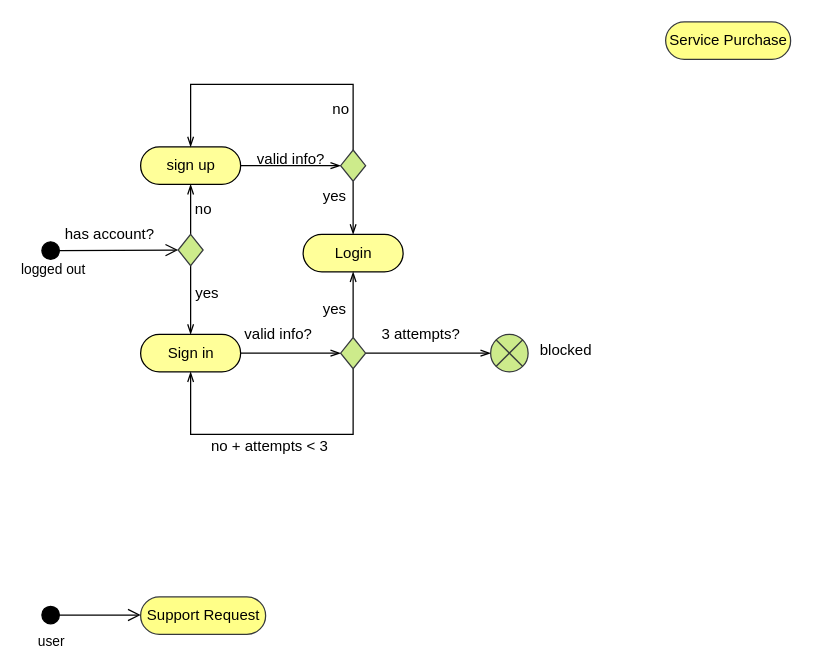
Itaybarbar/myProject keeps this draw.io diagram as page "Page-1" (1 of 2) of test Diagram.drawio. Above is the earlier version. Source tidied: cells renumbered, new cells numbered last; positions are measured from the earlier drawing's top-left corner, leaving out a move shared by most shapes. Both pictures are drawn from the tidied source at 125%, with x=0, y=0 at pixel (40, 21).
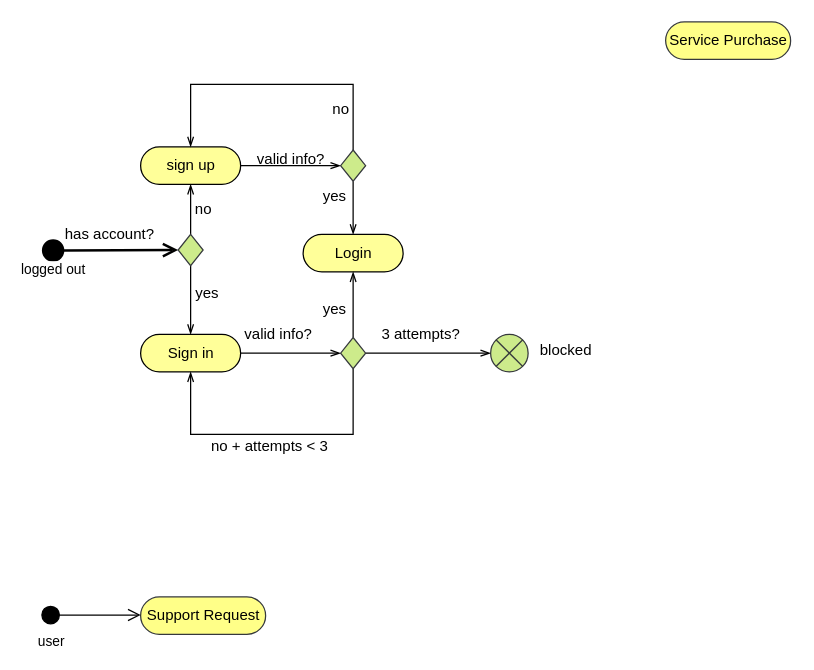
Above is the later version.

Unchanged cells that the change refers to:
```xml
<mxCell id="12" style="strokeWidth=1;html=1;shape=mxgraph.flowchart.decision;whiteSpace=wrap;fillColor=#cdeb8b;strokeColor=#36393d;" parent="1" vertex="1">
  <mxGeometry x="110" y="170" width="20" height="25" as="geometry" />
</mxCell>
```

Change to the diagram source:
```diff
@@
-    <mxCell id="2" style="html=1;verticalAlign=bottom;startArrow=circle;startFill=1;endArrow=open;startSize=6;endSize=8;rounded=0;" parent="1" edge="1" target="12">
+    <mxCell id="2" style="html=1;verticalAlign=bottom;startArrow=circle;startFill=10;endArrow=open;startSize=6;endSize=8;rounded=0;strokeWidth=2;" parent="1" edge="1" target="12">
       <mxGeometry x="-0.75" y="-30" relative="1" as="geometry">
         <mxPoint y="183" as="sourcePoint" />
       </mxGeometry>
     </mxCell>
```
